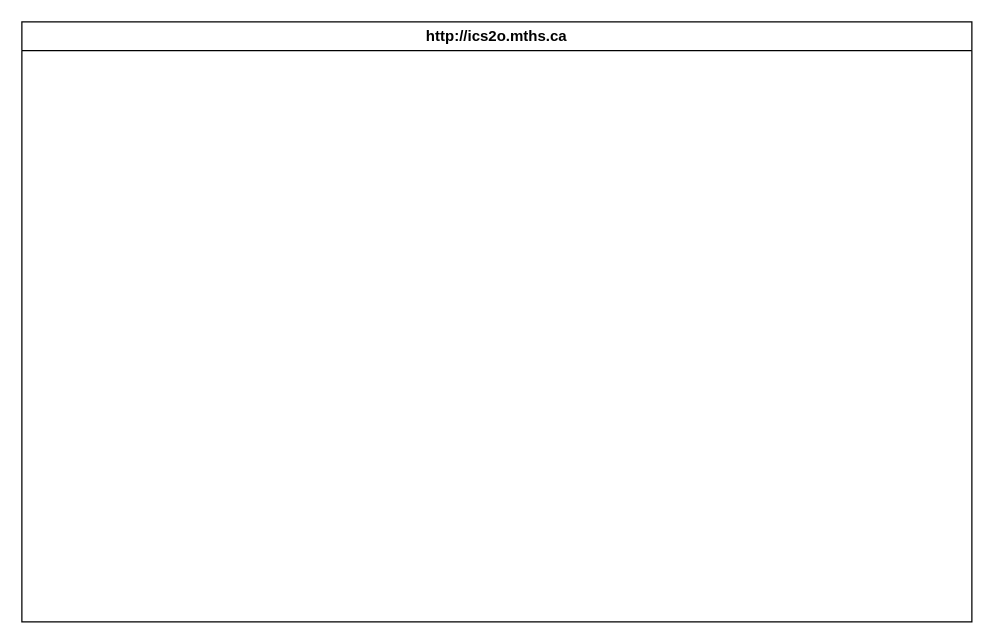
This is design/storyboard.drawio from MTHS-ICD2O-1-2023/ICD2O-Unit-5-05-yoochan-han, a draw.io file, before an edit. Source tidied: cells renumbered, new cells numbered last; positions are measured from the earlier drawing's top-left corner, leaving out a move shared by most shapes. Both pictures are drawn from the tidied source at 125%, with x=0, y=0 at pixel (21, 21).
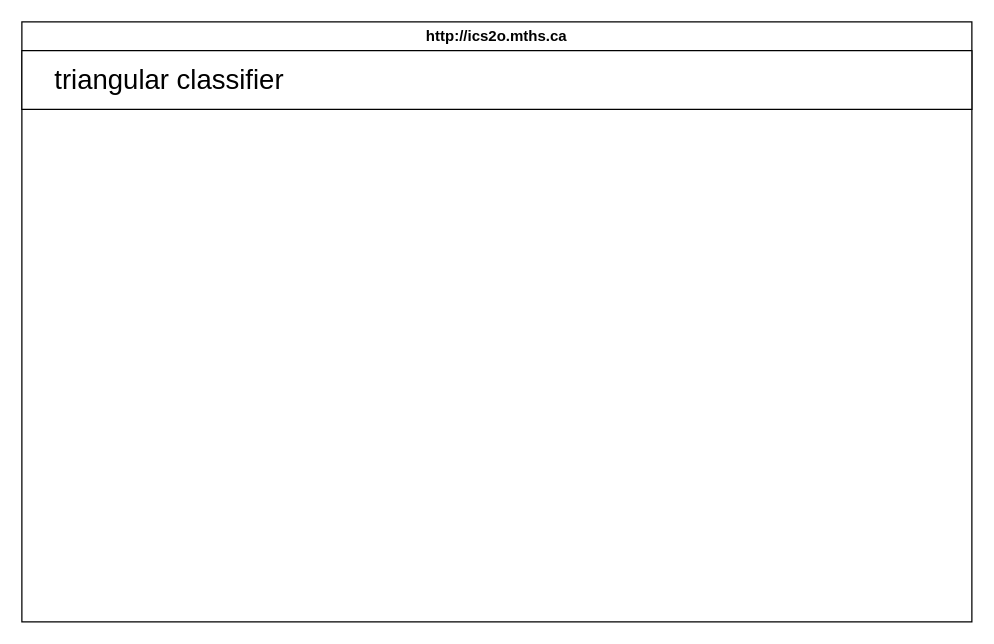
The same page after the edit.

Diff of the diagram source:
```diff
@@
 <mxGraphModel>
   <root>
     <mxCell id="0" />
     <mxCell id="1" parent="0" />
     <mxCell id="2" value="http://ics2o.mths.ca" style="swimlane;whiteSpace=wrap;html=1;" parent="1" vertex="1">
       <mxGeometry width="760" height="480" as="geometry" />
     </mxCell>
+    <mxCell id="3" value="&lt;span style=&quot;font-size: 22px;&quot;&gt;&amp;nbsp; &amp;nbsp;&amp;nbsp;triangular classifier&lt;/span&gt;" style="rounded=0;whiteSpace=wrap;html=1;align=left;" parent="2" vertex="1">
+      <mxGeometry y="23" width="760" height="47" as="geometry" />
+    </mxCell>
   </root>
 </mxGraphModel>
```
